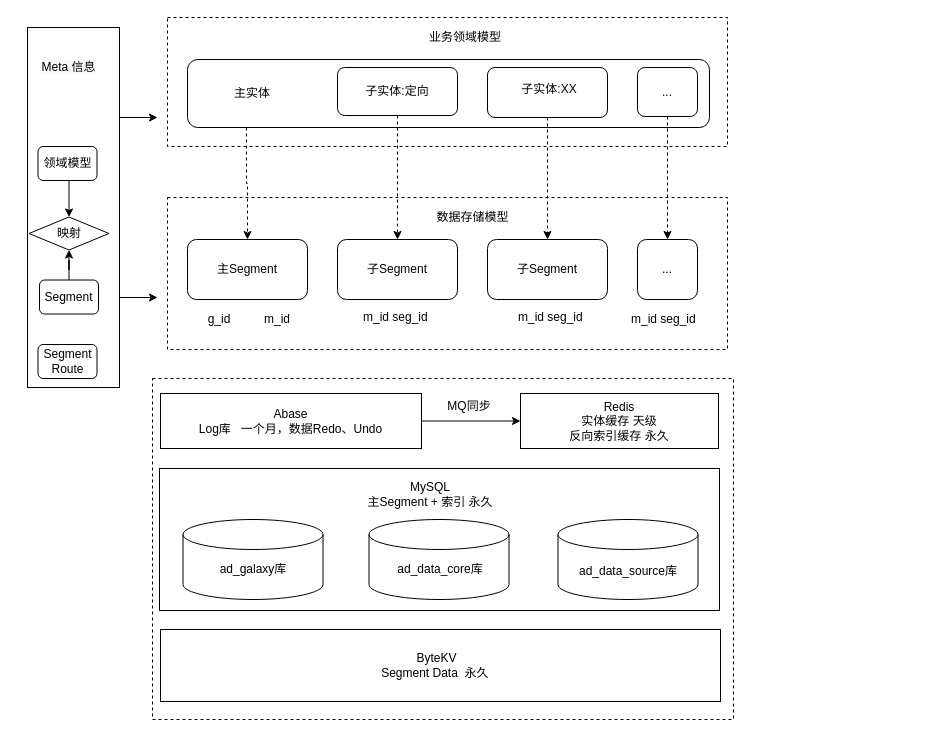
Before: Bass_storage.drawio in zhongweng/zimbook, a draw.io diagram. Source tidied: cells renumbered, new cells numbered last; positions are measured from the earlier drawing's top-left corner, leaving out a move shared by most shapes. Both pictures are drawn from the tidied source at 100%, with x=0, y=0 at pixel (27, 17).
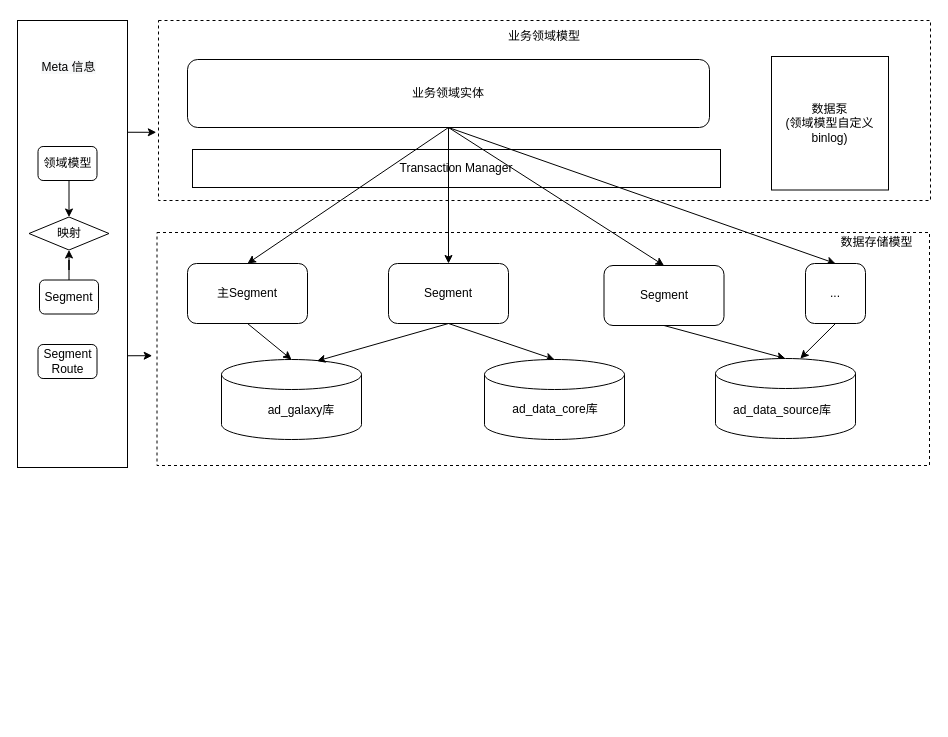
The same page after the edit.

The change refers to these unchanged cells:
```xml
<mxCell id="8" style="rounded=1;whiteSpace=wrap;html=1;" parent="1" vertex="1">
  <mxGeometry x="160" y="42" width="522" height="68" as="geometry" />
</mxCell>
<mxCell id="21" style="rounded=1;whiteSpace=wrap;html=1;" parent="20" vertex="1">
  <mxGeometry width="120" height="60" as="geometry" />
</mxCell>
<mxCell id="24" style="rounded=1;whiteSpace=wrap;html=1;" parent="23" vertex="1">
  <mxGeometry width="120" height="60" as="geometry" />
</mxCell>
<mxCell id="27" style="rounded=1;whiteSpace=wrap;html=1;" parent="26" vertex="1">
  <mxGeometry width="120" height="60" as="geometry" />
</mxCell>
```

What changed in the source:
```diff
@@
+    <mxCell id="5" style="rounded=0;whiteSpace=wrap;html=1;dashed=1;" parent="1" vertex="1">
+      <mxGeometry x="131" y="3" width="772" height="180" as="geometry" />
+    </mxCell>
+    <mxCell id="57" value="Transaction Manager" style="rounded=0;whiteSpace=wrap;html=1;" parent="1" vertex="1">
+      <mxGeometry x="165" y="132" width="528" height="38" as="geometry" />
+    </mxCell>
     <mxCell id="2" style="rounded=0;whiteSpace=wrap;html=1;dashed=1;" parent="1" vertex="1">
-      <mxGeometry x="125" y="361" width="581" height="341" as="geometry" />
+      <mxGeometry x="129.5" y="215" width="772.5" height="233" as="geometry" />
     </mxCell>
-    <mxCell id="3" style="rounded=0;whiteSpace=wrap;html=1;" parent="1" vertex="1">
-      <mxGeometry x="132" y="451" width="560" height="142" as="geometry" />
-    </mxCell>
-    <mxCell id="4" style="rounded=0;whiteSpace=wrap;html=1;dashed=1;" parent="1" vertex="1">
-      <mxGeometry x="140" y="180" width="560" height="152" as="geometry" />
-    </mxCell>
-    <mxCell id="5" style="rounded=0;whiteSpace=wrap;html=1;dashed=1;" parent="1" vertex="1">
-      <mxGeometry x="140" width="560" height="129" as="geometry" />
-    </mxCell>
-    <mxCell id="6" value="业务领域模型" style="text;html=1;strokeColor=none;fillColor=none;align=center;verticalAlign=middle;whiteSpace=wrap;rounded=0;" parent="1" vertex="1">
-      <mxGeometry x="360" y="10" width="156" height="20" as="geometry" />
-    </mxCell>
-    <mxCell id="7" style="edgeStyle=orthogonalEdgeStyle;rounded=0;jettySize=auto;html=1;exitX=0.113;exitY=1;exitDx=0;exitDy=0;startArrow=none;startFill=0;exitPerimeter=0;dashed=1;" parent="1" edge="1" source="8" target="21">
+    <mxCell id="7" style="edgeStyle=none;rounded=0;jettySize=auto;html=1;exitX=0.5;exitY=1;exitDx=0;exitDy=0;entryX=0.5;entryY=0;entryDx=0;entryDy=0;" parent="1" edge="1" source="8" target="21">
       <mxGeometry relative="1" as="geometry" />
     </mxCell>
+    <mxCell id="58" style="edgeStyle=none;rounded=0;jettySize=auto;html=1;exitX=0.5;exitY=1;exitDx=0;exitDy=0;" parent="1" edge="1" source="8" target="24">
+      <mxGeometry relative="1" as="geometry" />
+    </mxCell>
+    <mxCell id="59" style="edgeStyle=none;rounded=0;jettySize=auto;html=1;exitX=0.5;exitY=1;exitDx=0;exitDy=0;entryX=0.5;entryY=0;entryDx=0;entryDy=0;" parent="1" edge="1" source="8" target="27">
+      <mxGeometry relative="1" as="geometry" />
+    </mxCell>
+    <mxCell id="60" style="edgeStyle=none;rounded=0;jettySize=auto;html=1;exitX=0.5;exitY=1;exitDx=0;exitDy=0;entryX=0.5;entryY=0;entryDx=0;entryDy=0;" parent="1" edge="1" source="8" target="19">
+      <mxGeometry relative="1" as="geometry" />
+    </mxCell>
@@
-    <mxCell id="9" style="edgeStyle=orthogonalEdgeStyle;rounded=0;jettySize=auto;html=1;exitX=0.5;exitY=1;exitDx=0;exitDy=0;entryX=0.5;entryY=0;entryDx=0;entryDy=0;dashed=1;" parent="1" edge="1" source="10" target="24">
-      <mxGeometry relative="1" as="geometry" />
-    </mxCell>
-    <mxCell id="10" style="rounded=1;whiteSpace=wrap;html=1;" parent="1" vertex="1">
-      <mxGeometry x="310" y="50" width="120" height="48" as="geometry" />
-    </mxCell>
-    <mxCell id="11" style="edgeStyle=orthogonalEdgeStyle;rounded=0;jettySize=auto;html=1;exitX=0.5;exitY=1;exitDx=0;exitDy=0;entryX=0.5;entryY=0;entryDx=0;entryDy=0;dashed=1;" parent="1" edge="1" source="12" target="27">
-      <mxGeometry relative="1" as="geometry" />
-    </mxCell>
-    <mxCell id="12" style="rounded=1;whiteSpace=wrap;html=1;" parent="1" vertex="1">
-      <mxGeometry x="460" y="50" width="120" height="50" as="geometry" />
-    </mxCell>
-    <mxCell id="13" value="主实体" style="text;html=1;strokeColor=none;fillColor=none;align=center;verticalAlign=middle;whiteSpace=wrap;rounded=0;" parent="1" vertex="1">
-      <mxGeometry x="177" y="66" width="96" height="20" as="geometry" />
-    </mxCell>
-    <mxCell id="14" value="子实体:定向" style="text;html=1;strokeColor=none;fillColor=none;align=center;verticalAlign=middle;whiteSpace=wrap;rounded=0;" parent="1" vertex="1">
-      <mxGeometry x="322" y="64" width="96" height="20" as="geometry" />
-    </mxCell>
-    <mxCell id="15" value="子实体:XX" style="text;html=1;strokeColor=none;fillColor=none;align=center;verticalAlign=middle;whiteSpace=wrap;rounded=0;" parent="1" vertex="1">
-      <mxGeometry x="474" y="62" width="96" height="20" as="geometry" />
-    </mxCell>
-    <mxCell id="16" style="edgeStyle=orthogonalEdgeStyle;rounded=0;jettySize=auto;html=1;exitX=0.5;exitY=1;exitDx=0;exitDy=0;entryX=0.5;entryY=0;entryDx=0;entryDy=0;dashed=1;" parent="1" edge="1" source="17" target="19">
-      <mxGeometry relative="1" as="geometry" />
-    </mxCell>
-    <mxCell id="17" value="..." style="rounded=1;whiteSpace=wrap;html=1;" parent="1" vertex="1">
-      <mxGeometry x="610" y="50" width="60" height="49" as="geometry" />
-    </mxCell>
     <mxCell id="18" value="数据存储模型" style="text;html=1;strokeColor=none;fillColor=none;align=center;verticalAlign=middle;whiteSpace=wrap;rounded=0;" parent="1" vertex="1">
-      <mxGeometry x="400" y="190" width="91" height="20" as="geometry" />
+      <mxGeometry x="804" y="215" width="91" height="20" as="geometry" />
     </mxCell>
+    <mxCell id="61" style="rounded=0;jettySize=auto;html=1;exitX=0.5;exitY=1;exitDx=0;exitDy=0;entryX=0.606;entryY=0;entryDx=0;entryDy=0;entryPerimeter=0;" parent="1" edge="1" source="19" target="52">
+      <mxGeometry relative="1" as="geometry" />
+    </mxCell>
     <mxCell id="19" value="..." style="rounded=1;whiteSpace=wrap;html=1;" parent="1" vertex="1">
-      <mxGeometry x="610" y="222" width="60" height="60" as="geometry" />
+      <mxGeometry x="778" y="246" width="60" height="60" as="geometry" />
     </mxCell>
     <mxCell id="20" style="group;" parent="1" vertex="1">
-      <mxGeometry x="160" y="222" width="120" height="60" as="geometry" />
+      <mxGeometry x="160" y="246" width="120" height="60" as="geometry" />
     </mxCell>
@@
     <mxCell id="23" style="group;" parent="1" vertex="1">
-      <mxGeometry x="310" y="222" width="120" height="60" as="geometry" />
+      <mxGeometry x="361" y="246" width="120" height="60" as="geometry" />
     </mxCell>
@@
-    <mxCell id="25" value="子Segment" style="text;html=1;strokeColor=none;fillColor=none;align=center;verticalAlign=middle;whiteSpace=wrap;rounded=0;" parent="23" vertex="1">
+    <mxCell id="25" value="Segment" style="text;html=1;strokeColor=none;fillColor=none;align=center;verticalAlign=middle;whiteSpace=wrap;rounded=0;" parent="23" vertex="1">
       <mxGeometry x="12" y="20" width="96" height="20" as="geometry" />
     </mxCell>
     <mxCell id="26" style="group;" parent="1" vertex="1">
-      <mxGeometry x="460" y="222" width="120" height="60" as="geometry" />
+      <mxGeometry x="576.5" y="248" width="120" height="60" as="geometry" />
     </mxCell>
@@
-    <mxCell id="28" value="子Segment" style="text;html=1;strokeColor=none;fillColor=none;align=center;verticalAlign=middle;whiteSpace=wrap;rounded=0;" parent="26" vertex="1">
+    <mxCell id="28" value="Segment" style="text;html=1;strokeColor=none;fillColor=none;align=center;verticalAlign=middle;whiteSpace=wrap;rounded=0;" parent="26" vertex="1">
       <mxGeometry x="12" y="20" width="96" height="20" as="geometry" />
     </mxCell>
-    <mxCell id="29" style="edgeStyle=orthogonalEdgeStyle;rounded=0;jettySize=auto;html=1;exitX=1;exitY=0.75;exitDx=0;exitDy=0;" parent="1" edge="1" source="31">
-      <mxGeometry relative="1" as="geometry">
-        <mxPoint x="130" y="280" as="targetPoint" />
-      </mxGeometry>
-    </mxCell>
-    <mxCell id="30" style="edgeStyle=orthogonalEdgeStyle;rounded=0;jettySize=auto;html=1;exitX=1;exitY=0.25;exitDx=0;exitDy=0;" parent="1" edge="1" source="31">
-      <mxGeometry relative="1" as="geometry">
-        <mxPoint x="130" y="100" as="targetPoint" />
-      </mxGeometry>
-    </mxCell>
+    <mxCell id="62" style="edgeStyle=none;rounded=0;jettySize=auto;html=1;exitX=1;exitY=0.25;exitDx=0;exitDy=0;" parent="1" edge="1" source="31">
+      <mxGeometry relative="1" as="geometry">
+        <mxPoint x="128.8" y="114.8" as="targetPoint" />
+      </mxGeometry>
+    </mxCell>
+    <mxCell id="63" style="edgeStyle=none;rounded=0;jettySize=auto;html=1;exitX=1;exitY=0.75;exitDx=0;exitDy=0;" parent="1" edge="1" source="31">
+      <mxGeometry relative="1" as="geometry">
+        <mxPoint x="124.7" y="338.2" as="targetPoint" />
+      </mxGeometry>
+    </mxCell>
     <mxCell id="31" style="rounded=0;whiteSpace=wrap;html=1;" parent="1" vertex="1">
-      <mxGeometry y="10" width="92" height="360" as="geometry" />
+      <mxGeometry x="-10" y="3" width="110" height="447" as="geometry" />
     </mxCell>
-    <mxCell id="32" value="m_id" style="text;html=1;strokeColor=none;fillColor=none;align=center;verticalAlign=middle;whiteSpace=wrap;rounded=0;" parent="1" vertex="1">
-      <mxGeometry x="230" y="292" width="40" height="20" as="geometry" />
-    </mxCell>
-    <mxCell id="33" value="m_id seg_id&amp;nbsp;" style="text;html=1;strokeColor=none;fillColor=none;align=center;verticalAlign=middle;whiteSpace=wrap;rounded=0;" parent="1" vertex="1">
-      <mxGeometry x="319" y="290" width="102" height="20" as="geometry" />
-    </mxCell>
-    <mxCell id="34" value="m_id seg_id&amp;nbsp;" style="text;html=1;strokeColor=none;fillColor=none;align=center;verticalAlign=middle;whiteSpace=wrap;rounded=0;" parent="1" vertex="1">
-      <mxGeometry x="474" y="290" width="102" height="20" as="geometry" />
-    </mxCell>
-    <mxCell id="35" value="MySQL&lt;br&gt;主Segment + 索引 永久" style="text;html=1;strokeColor=none;fillColor=none;align=center;verticalAlign=middle;whiteSpace=wrap;rounded=0;" parent="1" vertex="1">
-      <mxGeometry x="253" y="461" width="300" height="31" as="geometry" />
-    </mxCell>
@@
-    <mxCell id="43" value="g_id" style="text;html=1;strokeColor=none;fillColor=none;align=center;verticalAlign=middle;whiteSpace=wrap;rounded=0;" parent="1" vertex="1">
-      <mxGeometry x="172" y="292" width="40" height="20" as="geometry" />
-    </mxCell>
-    <mxCell id="44" style="rounded=0;whiteSpace=wrap;html=1;" parent="1" vertex="1">
-      <mxGeometry x="133" y="612" width="560" height="72" as="geometry" />
-    </mxCell>
-    <mxCell id="45" style="edgeStyle=orthogonalEdgeStyle;rounded=0;jettySize=auto;html=1;exitX=1;exitY=0.5;exitDx=0;exitDy=0;entryX=0;entryY=0.5;entryDx=0;entryDy=0;startArrow=none;startFill=0;" parent="1" edge="1" source="46" target="54">
-      <mxGeometry relative="1" as="geometry" />
-    </mxCell>
-    <mxCell id="46" value="&lt;span&gt;Abase&lt;/span&gt;&lt;br&gt;&lt;span&gt;Log库&amp;nbsp; &amp;nbsp;一个月，数据Redo、Undo&lt;/span&gt;" style="rounded=0;whiteSpace=wrap;html=1;" parent="1" vertex="1">
-      <mxGeometry x="133" y="376" width="261" height="55" as="geometry" />
+    <mxCell id="46" value="&lt;span&gt;数据泵&lt;br&gt;(领域模型自定义binlog)&lt;br&gt;&lt;/span&gt;" style="rounded=0;whiteSpace=wrap;html=1;" parent="1" vertex="1">
+      <mxGeometry x="744" y="39" width="117" height="133.5" as="geometry" />
     </mxCell>
-    <mxCell id="47" value="ByteKV&lt;br&gt;Segment Data&amp;nbsp; 永久&amp;nbsp;" style="text;html=1;strokeColor=none;fillColor=none;align=center;verticalAlign=middle;whiteSpace=wrap;rounded=0;" parent="1" vertex="1">
-      <mxGeometry x="317" y="638" width="185" height="20" as="geometry" />
-    </mxCell>
+    <mxCell id="64" style="rounded=0;jettySize=auto;html=1;exitX=0.5;exitY=1;exitDx=0;exitDy=0;entryX=0.5;entryY=0;entryDx=0;entryDy=0;entryPerimeter=0;" parent="1" edge="1" source="21" target="48">
+      <mxGeometry relative="1" as="geometry" />
+    </mxCell>
+    <mxCell id="65" style="rounded=0;jettySize=auto;html=1;exitX=0.5;exitY=1;exitDx=0;exitDy=0;entryX=0.5;entryY=0;entryDx=0;entryDy=0;entryPerimeter=0;" parent="1" edge="1" source="24" target="50">
+      <mxGeometry relative="1" as="geometry" />
+    </mxCell>
+    <mxCell id="66" style="rounded=0;jettySize=auto;html=1;exitX=0.5;exitY=1;exitDx=0;exitDy=0;entryX=0.5;entryY=0;entryDx=0;entryDy=0;entryPerimeter=0;" parent="1" edge="1" source="27" target="52">
+      <mxGeometry relative="1" as="geometry" />
+    </mxCell>
     <mxCell id="48" style="shape=cylinder3;whiteSpace=wrap;html=1;boundedLbl=1;backgroundOutline=1;size=15;" parent="1" vertex="1">
-      <mxGeometry x="155.5" y="502" width="140" height="80" as="geometry" />
+      <mxGeometry x="194" y="342" width="140" height="80" as="geometry" />
     </mxCell>
     <mxCell id="49" value="ad_galaxy库" style="text;html=1;strokeColor=none;fillColor=none;align=center;verticalAlign=middle;whiteSpace=wrap;rounded=0;" parent="1" vertex="1">
-      <mxGeometry x="165.5" y="542" width="120" height="20" as="geometry" />
+      <mxGeometry x="214" y="383" width="120" height="20" as="geometry" />
     </mxCell>
+    <mxCell id="67" style="group;" parent="1" vertex="1">
+      <mxGeometry x="688" y="341" width="140" height="80" as="geometry" />
+    </mxCell>
+    <mxCell id="52" style="shape=cylinder3;whiteSpace=wrap;html=1;boundedLbl=1;backgroundOutline=1;size=15;" parent="67" vertex="1">
+      <mxGeometry width="140" height="80" as="geometry" />
+    </mxCell>
+    <mxCell id="53" value="ad_data_source库" style="text;html=1;strokeColor=none;fillColor=none;align=center;verticalAlign=middle;whiteSpace=wrap;rounded=0;" parent="67" vertex="1">
+      <mxGeometry x="7" y="41" width="120" height="21" as="geometry" />
+    </mxCell>
+    <mxCell id="68" style="group;" parent="1" vertex="1">
+      <mxGeometry x="457" y="342" width="140" height="80" as="geometry" />
+    </mxCell>
-    <mxCell id="50" style="shape=cylinder3;whiteSpace=wrap;html=1;boundedLbl=1;backgroundOutline=1;size=15;" parent="1" vertex="1">
-      <mxGeometry x="341.5" y="502" width="140" height="80" as="geometry" />
+    <mxCell id="50" style="shape=cylinder3;whiteSpace=wrap;html=1;boundedLbl=1;backgroundOutline=1;size=15;" parent="68" vertex="1">
+      <mxGeometry width="140" height="80" as="geometry" />
     </mxCell>
-    <mxCell id="51" value="ad_data_core库" style="text;html=1;strokeColor=none;fillColor=none;align=center;verticalAlign=middle;whiteSpace=wrap;rounded=0;" parent="1" vertex="1">
-      <mxGeometry x="352.5" y="542" width="120" height="20" as="geometry" />
+    <mxCell id="51" value="ad_data_core库" style="text;html=1;strokeColor=none;fillColor=none;align=center;verticalAlign=middle;whiteSpace=wrap;rounded=0;" parent="68" vertex="1">
+      <mxGeometry x="11" y="40" width="120" height="20" as="geometry" />
     </mxCell>
-    <mxCell id="52" style="shape=cylinder3;whiteSpace=wrap;html=1;boundedLbl=1;backgroundOutline=1;size=15;" parent="1" vertex="1">
-      <mxGeometry x="530.5" y="502" width="140" height="80" as="geometry" />
-    </mxCell>
-    <mxCell id="53" value="ad_data_source库" style="text;html=1;strokeColor=none;fillColor=none;align=center;verticalAlign=middle;whiteSpace=wrap;rounded=0;" parent="1" vertex="1">
-      <mxGeometry x="540.5" y="543" width="120" height="21" as="geometry" />
-    </mxCell>
-    <mxCell id="54" value="Redis&lt;br&gt;实体缓存 天级&lt;br&gt;反向索引缓存 永久" style="rounded=0;whiteSpace=wrap;html=1;" parent="1" vertex="1">
-      <mxGeometry x="493" y="376" width="198" height="55" as="geometry" />
-    </mxCell>
-    <mxCell id="55" value="MQ同步" style="text;html=1;strokeColor=none;fillColor=none;align=center;verticalAlign=middle;whiteSpace=wrap;rounded=0;" parent="1" vertex="1">
-      <mxGeometry x="394" y="379" width="96" height="20" as="geometry" />
-    </mxCell>
-    <mxCell id="56" value="m_id seg_id&amp;nbsp;" style="text;html=1;strokeColor=none;fillColor=none;align=center;verticalAlign=middle;whiteSpace=wrap;rounded=0;" parent="1" vertex="1">
-      <mxGeometry x="587" y="292" width="102" height="20" as="geometry" />
-    </mxCell>
+    <mxCell id="69" style="rounded=0;jettySize=auto;html=1;exitX=0.5;exitY=1;exitDx=0;exitDy=0;entryX=0.682;entryY=0.019;entryDx=0;entryDy=0;entryPerimeter=0;" parent="1" edge="1" source="24" target="48">
+      <mxGeometry relative="1" as="geometry" />
+    </mxCell>
+    <mxCell id="6" value="业务领域模型" style="text;html=1;strokeColor=none;fillColor=none;align=center;verticalAlign=middle;whiteSpace=wrap;rounded=0;" parent="1" vertex="1">
+      <mxGeometry x="439" y="9" width="156" height="20" as="geometry" />
+    </mxCell>
+    <mxCell id="70" value="业务领域实体" style="text;html=1;strokeColor=none;fillColor=none;align=center;verticalAlign=middle;whiteSpace=wrap;rounded=0;" parent="1" vertex="1">
+      <mxGeometry x="343" y="66" width="156" height="20" as="geometry" />
+    </mxCell>
```
